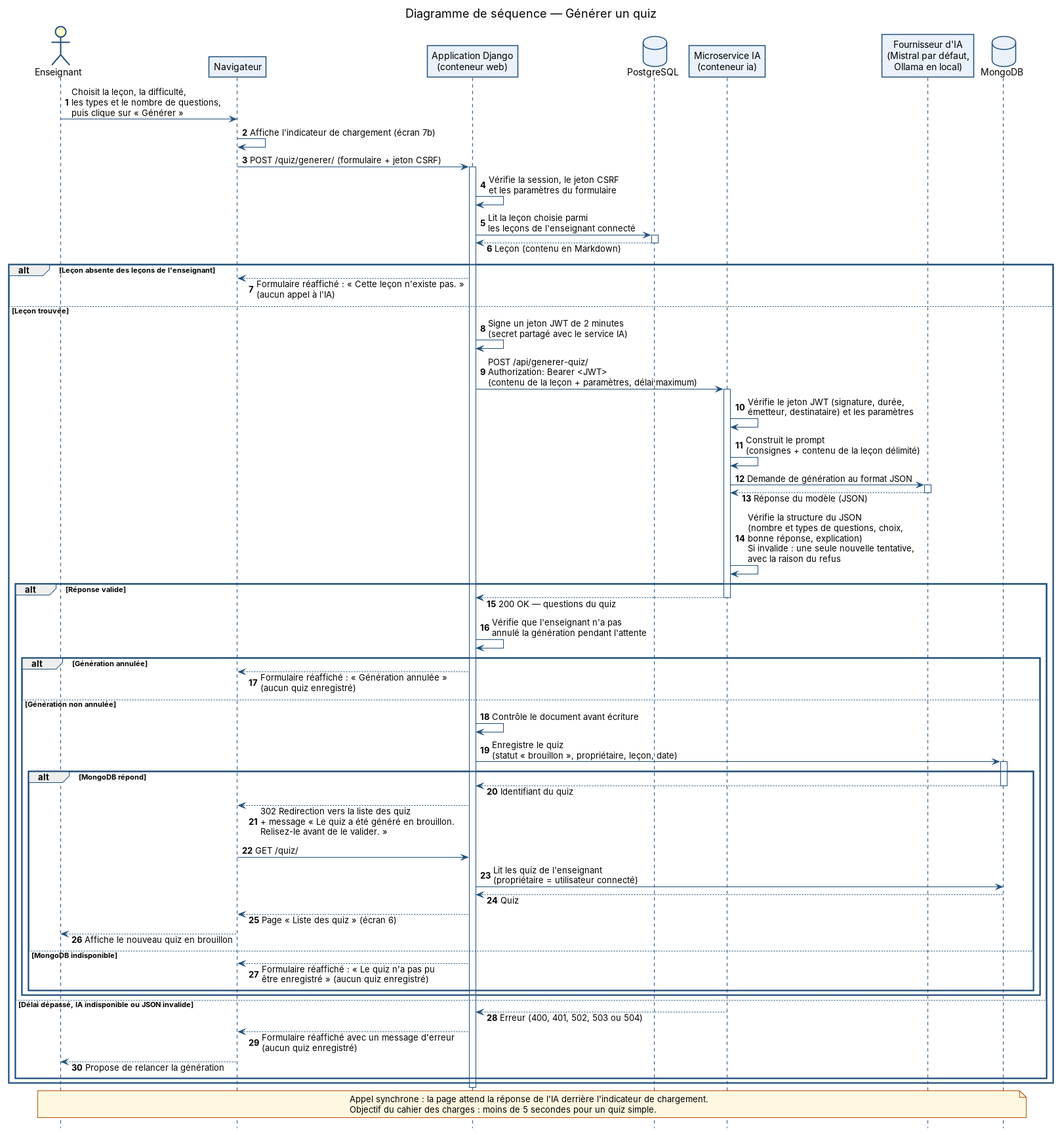
The PlantUML diagram docs/conception/diagrammes/sequence_generer_quiz.png in FantoniStephane/eduquizai, before a commit. Its source is kept beside it as docs/conception/diagrammes/sequence_generer_quiz.puml.
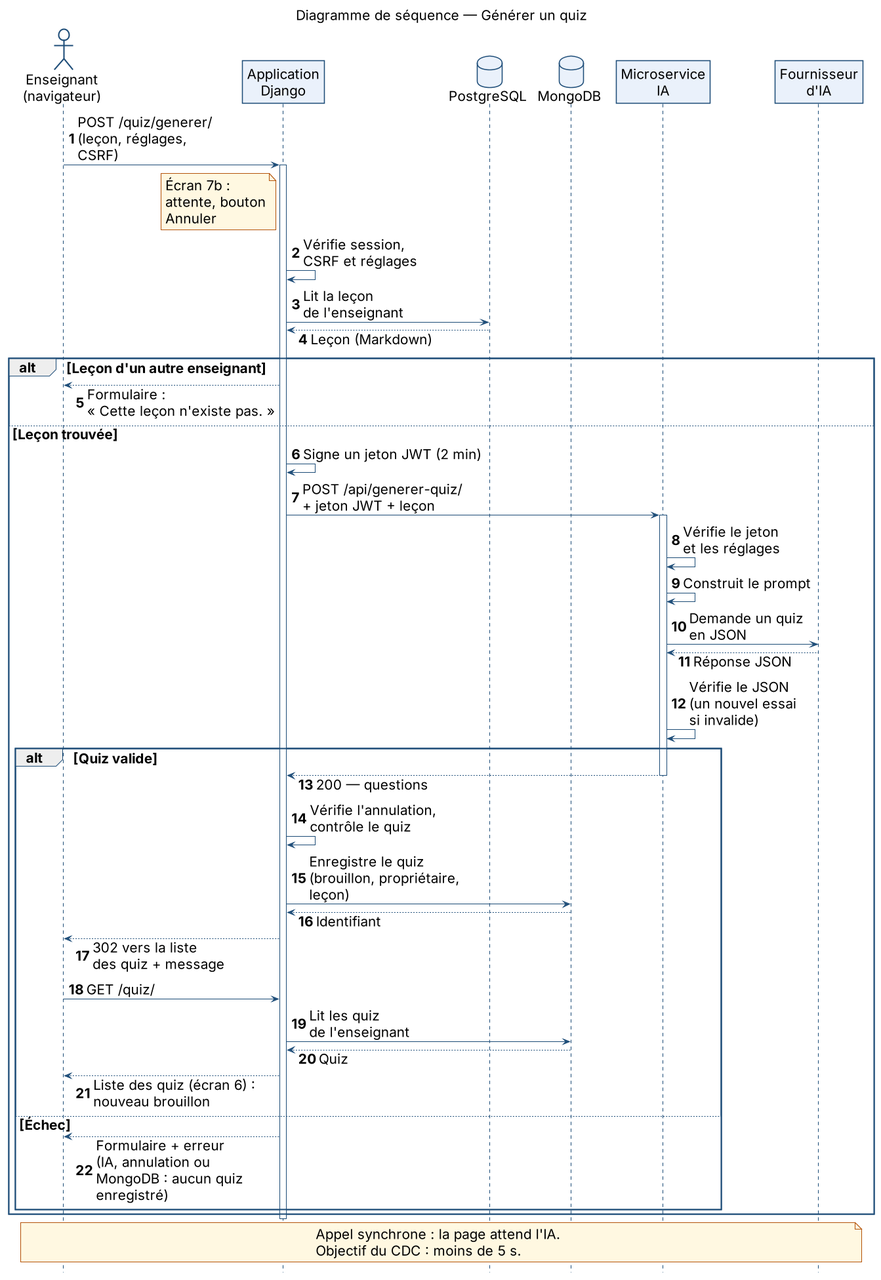
The same diagram one commit later.

Commit message:
docs(conception): diagrammes lisibles sur une page A4 (séquence, enchaînement, parcours du mot de passe) et alignés sur l'application

Change to the diagram source:
```diff
@@ -1,15 +1,19 @@
 @startuml sequence_generer_quiz
 skinparam shadowing false
 hide footbox
+skinparam dpi 100
+skinparam defaultFontName Arial
+skinparam defaultFontSize 20
 skinparam ArrowColor #1F4E79
-skinparam defaultFontName Arial
 skinparam sequenceMessageAlign left
 skinparam responseMessageBelowArrow true
+skinparam ParticipantPadding 6
 skinparam ParticipantBackgroundColor #EAF1FB
 skinparam ParticipantBorderColor #1F4E79
 skinparam DatabaseBackgroundColor #EAF1FB
 skinparam DatabaseBorderColor #1F4E79
 skinparam ActorBorderColor #1F4E79
+skinparam ActorBackgroundColor #FFFFFF
 skinparam SequenceLifeLineBorderColor #1F4E79
 skinparam SequenceGroupBorderColor #1F4E79
 skinparam NoteBackgroundColor #FFF8E1
@@ -17,71 +21,51 @@
 title Diagramme de séquence — Générer un quiz
 
 autonumber
-actor "Enseignant" as ENS
-participant "Navigateur" as NAV
-participant "Application Django\n(conteneur web)" as WEB
+actor "Enseignant\n(navigateur)" as ENS
+participant "Application\nDjango" as WEB
 database "PostgreSQL" as PG
-participant "Microservice IA\n(conteneur ia)" as IA
-participant "Fournisseur d'IA\n(Mistral par défaut,\nOllama en local)" as OLL
 database "MongoDB" as MDB
+participant "Microservice\nIA" as IA
+participant "Fournisseur\nd'IA" as OLL
 
-ENS -> NAV : Choisit la leçon, la difficulté,\nles types et le nombre de questions,\npuis clique sur « Générer »
-NAV -> NAV : Affiche l'indicateur de chargement (écran 7b)
-NAV -> WEB : POST /quiz/generer/ (formulaire + jeton CSRF)
+ENS -> WEB : POST /quiz/generer/\n(leçon, réglages,\nCSRF)
 activate WEB
-WEB -> WEB : Vérifie la session, le jeton CSRF\net les paramètres du formulaire
-WEB -> PG : Lit la leçon choisie parmi\nles leçons de l'enseignant connecté
-activate PG
-PG --> WEB : Leçon (contenu en Markdown)
-deactivate PG
+note left of WEB : Écran 7b :\nattente, bouton\nAnnuler
+WEB -> WEB : Vérifie session,\nCSRF et réglages
+WEB -> PG : Lit la leçon\nde l'enseignant
+PG --> WEB : Leçon (Markdown)
 
-alt Leçon absente des leçons de l'enseignant
-  WEB --> NAV : Formulaire réaffiché : « Cette leçon n'existe pas. »\n(aucun appel à l'IA)
+alt Leçon d'un autre enseignant
+  WEB --> ENS : Formulaire :\n« Cette leçon n'existe pas. »
 else Leçon trouvée
-  WEB -> WEB : Signe un jeton JWT de 2 minutes\n(secret partagé avec le service IA)
-  WEB -> IA : POST /api/generer-quiz/\nAuthorization: Bearer <JWT>\n(contenu de la leçon + paramètres, délai maximum)
+  WEB -> WEB : Signe un jeton JWT (2 min)
+  WEB -> IA : POST /api/generer-quiz/\n+ jeton JWT + leçon
   activate IA
-  IA -> IA : Vérifie le jeton JWT (signature, durée,\németteur, destinataire) et les paramètres
-  IA -> IA : Construit le prompt\n(consignes + contenu de la leçon délimité)
-  IA -> OLL : Demande de génération au format JSON
-  activate OLL
-  OLL --> IA : Réponse du modèle (JSON)
-  deactivate OLL
-  IA -> IA : Vérifie la structure du JSON\n(nombre et types de questions, choix,\nbonne réponse, explication)\nSi invalide : une seule nouvelle tentative,\navec la raison du refus
+  IA -> IA : Vérifie le jeton\net les réglages
+  IA -> IA : Construit le prompt
+  IA -> OLL : Demande un quiz\nen JSON
+  OLL --> IA : Réponse JSON
+  IA -> IA : Vérifie le JSON\n(un nouvel essai\nsi invalide)
 
-  alt Réponse valide
-    IA --> WEB : 200 OK — questions du quiz
+  alt Quiz valide
+    IA --> WEB : 200 — questions
     deactivate IA
-    WEB -> WEB : Vérifie que l'enseignant n'a pas\nannulé la génération pendant l'attente
-    alt Génération annulée
-      WEB --> NAV : Formulaire réaffiché : « Génération annulée »\n(aucun quiz enregistré)
-    else Génération non annulée
-      WEB -> WEB : Contrôle le document avant écriture
-      WEB -> MDB : Enregistre le quiz\n(statut « brouillon », propriétaire, leçon, date)
-      activate MDB
-      alt MongoDB répond
-        MDB --> WEB : Identifiant du quiz
-        deactivate MDB
-        WEB --> NAV : 302 Redirection vers la liste des quiz\n+ message « Le quiz a été généré en brouillon.\nRelisez-le avant de le valider. »
-        NAV -> WEB : GET /quiz/
-        WEB -> MDB : Lit les quiz de l'enseignant\n(propriétaire = utilisateur connecté)
-        MDB --> WEB : Quiz
-        WEB --> NAV : Page « Liste des quiz » (écran 6)
-        NAV --> ENS : Affiche le nouveau quiz en brouillon
-      else MongoDB indisponible
-        WEB --> NAV : Formulaire réaffiché : « Le quiz n'a pas pu\nêtre enregistré » (aucun quiz enregistré)
-      end
-    end
-  else Délai dépassé, IA indisponible ou JSON invalide
-    IA --> WEB : Erreur (400, 401, 502, 503 ou 504)
-    WEB --> NAV : Formulaire réaffiché avec un message d'erreur\n(aucun quiz enregistré)
-    NAV --> ENS : Propose de relancer la génération
+    WEB -> WEB : Vérifie l'annulation,\ncontrôle le quiz
+    WEB -> MDB : Enregistre le quiz\n(brouillon, propriétaire,\nleçon)
+    MDB --> WEB : Identifiant
+    WEB --> ENS : 302 vers la liste\ndes quiz + message
+    ENS -> WEB : GET /quiz/
+    WEB -> MDB : Lit les quiz\nde l'enseignant
+    MDB --> WEB : Quiz
+    WEB --> ENS : Liste des quiz (écran 6) :\nnouveau brouillon
+  else Échec
+    WEB --> ENS : Formulaire + erreur\n(IA, annulation ou\nMongoDB : aucun quiz\nenregistré)
   end
 end
 deactivate WEB
 
-note over ENS, MDB
-  Appel synchrone : la page attend la réponse de l'IA derrière l'indicateur de chargement.
-  Objectif du cahier des charges : moins de 5 secondes pour un quiz simple.
+note over ENS, OLL
+  Appel synchrone : la page attend l'IA.
+  Objectif du CDC : moins de 5 s.
 end note
 @enduml
```
